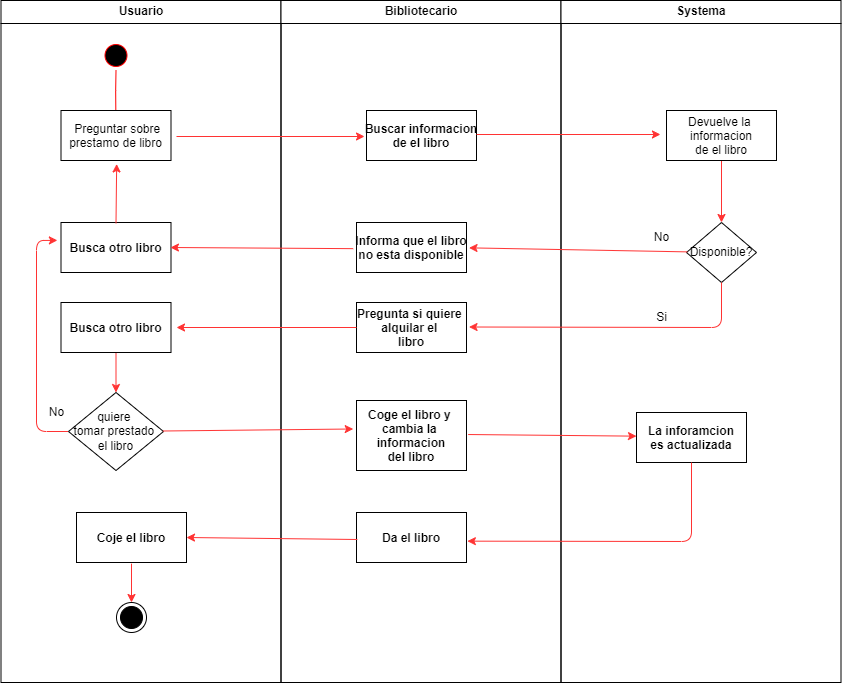
Before: Casos de uso/Reserva_de_vuelos/Actividades.drawio.png, a diagram exported from draw.io (JVC0/ETS). Source tidied: cells renumbered, new cells last; positions are measured from the earlier drawing's top-left corner, leaving out a move shared by most shapes. Its diagram source:
```xml
<mxGraphModel background="#FFFFFF">
  <root>
    <mxCell id="0" />
    <mxCell id="1" parent="0" />
    <mxCell id="2" value="Usuario" style="swimlane;whiteSpace=wrap;" parent="1" vertex="1">
      <mxGeometry x="0.5" width="280" height="682" as="geometry" />
    </mxCell>
    <mxCell id="3" style="ellipse;shape=startState;fillColor=#000000;strokeColor=#ff0000;" parent="2" vertex="1">
      <mxGeometry x="100" y="40" width="30" height="30" as="geometry" />
    </mxCell>
    <mxCell id="4" style="edgeStyle=elbowEdgeStyle;elbow=horizontal;verticalAlign=bottom;endArrow=open;endSize=8;strokeColor=#FF0000;endFill=1;rounded=0;" parent="2" edge="1" source="3" target="5">
      <mxGeometry x="100" y="40" as="geometry" />
    </mxCell>
    <mxCell id="5" value=" Preguntar sobre &#10;prestamo de libro" parent="2" vertex="1">
      <mxGeometry x="60" y="110" width="110" height="50" as="geometry" />
    </mxCell>
    <mxCell id="6" value="Busca otro libro" style="fontStyle=1;" parent="2" vertex="1">
      <mxGeometry x="60" y="222" width="110" height="50" as="geometry" />
    </mxCell>
    <mxCell id="7" style="edgeStyle=none;html=1;entryX=0.5;entryY=0;entryDx=0;entryDy=0;strokeColor=#FF3333;" parent="2" edge="1" source="8" target="11">
      <mxGeometry relative="1" as="geometry" />
    </mxCell>
    <mxCell id="8" value="Busca otro libro" style="fontStyle=1;" parent="2" vertex="1">
      <mxGeometry x="60" y="302" width="110" height="50" as="geometry" />
    </mxCell>
    <mxCell id="9" style="endArrow=classic;html=1;strokeColor=#FF3333;entryX=0.506;entryY=1.069;entryDx=0;entryDy=0;entryPerimeter=0;exitX=0.5;exitY=0.015;exitDx=0;exitDy=0;exitPerimeter=0;" parent="2" edge="1" source="6" target="5">
      <mxGeometry relative="1" as="geometry" />
    </mxCell>
    <mxCell id="10" style="edgeStyle=none;html=1;entryX=-0.033;entryY=0.357;entryDx=0;entryDy=0;entryPerimeter=0;strokeColor=#FF3333;" parent="2" edge="1" source="11" target="6">
      <mxGeometry relative="1" as="geometry">
        <Array as="points">
          <mxPoint x="35.5" y="431" />
          <mxPoint x="35.5" y="240" />
        </Array>
      </mxGeometry>
    </mxCell>
    <mxCell id="11" value="quiere&amp;nbsp;&lt;br&gt;tomar prestado&amp;nbsp;&lt;br&gt;el libro" style="rhombus;whiteSpace=wrap;html=1;" parent="2" vertex="1">
      <mxGeometry x="67.5" y="392" width="95" height="78" as="geometry" />
    </mxCell>
    <mxCell id="12" style="edgeStyle=none;html=1;entryX=0.5;entryY=0;entryDx=0;entryDy=0;strokeColor=#FF3333;exitX=0.5;exitY=1.023;exitDx=0;exitDy=0;exitPerimeter=0;" parent="2" edge="1" source="13" target="14">
      <mxGeometry relative="1" as="geometry" />
    </mxCell>
    <mxCell id="13" value="Coje el libro" style="fontStyle=1;" parent="2" vertex="1">
      <mxGeometry x="75.5" y="512" width="110" height="50" as="geometry" />
    </mxCell>
    <mxCell id="14" style="ellipse;html=1;shape=endState;fillColor=strokeColor;" parent="2" vertex="1">
      <mxGeometry x="115.5" y="602" width="30" height="30" as="geometry" />
    </mxCell>
    <mxCell id="15" value="Bibliotecario" style="swimlane;whiteSpace=wrap;startSize=23;" parent="1" vertex="1">
      <mxGeometry x="280.5" width="280" height="682" as="geometry" />
    </mxCell>
    <mxCell id="16" value="Buscar informacion&#10;de el libro" style="fontStyle=1;" parent="15" vertex="1">
      <mxGeometry x="85.5" y="110" width="110" height="50" as="geometry" />
    </mxCell>
    <mxCell id="17" value="Pregunta si quiere &#10;alquilar el &#10;libro" style="fontStyle=1;" parent="15" vertex="1">
      <mxGeometry x="75.5" y="302" width="110" height="50" as="geometry" />
    </mxCell>
    <mxCell id="18" value="Informa que el libro&#10;no esta disponible" style="fontStyle=1;" parent="15" vertex="1">
      <mxGeometry x="75.5" y="222" width="110" height="50" as="geometry" />
    </mxCell>
    <mxCell id="19" value="Coge el libro y &#10;cambia la &#10;informacion&#10;del libro" style="fontStyle=1;" parent="15" vertex="1">
      <mxGeometry x="75.5" y="400" width="110" height="70" as="geometry" />
    </mxCell>
    <mxCell id="20" value="Da el libro" style="fontStyle=1;" parent="15" vertex="1">
      <mxGeometry x="75.5" y="512" width="110" height="50" as="geometry" />
    </mxCell>
    <mxCell id="21" value="Systema" style="swimlane;whiteSpace=wrap;startSize=23;" parent="1" vertex="1">
      <mxGeometry x="560.5" width="280" height="682" as="geometry" />
    </mxCell>
    <mxCell id="22" style="edgeStyle=none;html=1;entryX=0.5;entryY=0;entryDx=0;entryDy=0;strokeColor=#FF3333;" parent="21" edge="1" source="23" target="24">
      <mxGeometry relative="1" as="geometry" />
    </mxCell>
    <mxCell id="23" value="Devuelve la &#10;informacion&#10;de el libro" parent="21" vertex="1">
      <mxGeometry x="105.5" y="110" width="110" height="50" as="geometry" />
    </mxCell>
    <mxCell id="24" value="Disponible?" style="rhombus;whiteSpace=wrap;html=1;" parent="21" vertex="1">
      <mxGeometry x="125.5" y="222" width="70" height="60" as="geometry" />
    </mxCell>
    <mxCell id="25" value="Si" style="text;html=1;align=center;verticalAlign=middle;strokeColor=none;fillColor=none;" parent="21" vertex="1">
      <mxGeometry x="85.5" y="302" width="30" height="30" as="geometry" />
    </mxCell>
    <mxCell id="26" value="No" style="text;html=1;align=center;verticalAlign=middle;strokeColor=none;fillColor=none;" parent="21" vertex="1">
      <mxGeometry x="80.5" y="222" width="40" height="30" as="geometry" />
    </mxCell>
    <mxCell id="27" value="La inforamcion&#10;es actualizada" style="fontStyle=1;" parent="21" vertex="1">
      <mxGeometry x="75.5" y="412" width="110" height="50" as="geometry" />
    </mxCell>
    <mxCell id="28" style="edgeStyle=none;html=1;entryX=-0.018;entryY=0.52;entryDx=0;entryDy=0;entryPerimeter=0;strokeColor=#FF3333;" parent="1" edge="1" target="16">
      <mxGeometry relative="1" as="geometry">
        <mxPoint x="176" y="136" as="sourcePoint" />
      </mxGeometry>
    </mxCell>
    <mxCell id="29" style="edgeStyle=none;html=1;entryX=-0.055;entryY=0.48;entryDx=0;entryDy=0;entryPerimeter=0;strokeColor=#FF3333;" parent="1" edge="1" target="23">
      <mxGeometry relative="1" as="geometry">
        <mxPoint x="476" y="134" as="sourcePoint" />
      </mxGeometry>
    </mxCell>
    <mxCell id="30" style="edgeStyle=none;html=1;strokeColor=#FF3333;entryX=1.023;entryY=0.507;entryDx=0;entryDy=0;entryPerimeter=0;" parent="1" edge="1" source="24" target="18">
      <mxGeometry relative="1" as="geometry" />
    </mxCell>
    <mxCell id="31" style="edgeStyle=none;html=1;strokeColor=#FF3333;exitX=0.5;exitY=1;exitDx=0;exitDy=0;entryX=1.023;entryY=0.49;entryDx=0;entryDy=0;entryPerimeter=0;" parent="1" edge="1" source="24" target="17">
      <mxGeometry relative="1" as="geometry">
        <Array as="points">
          <mxPoint x="721" y="327" />
        </Array>
      </mxGeometry>
    </mxCell>
    <mxCell id="32" style="edgeStyle=none;html=1;entryX=0.995;entryY=0.5;entryDx=0;entryDy=0;entryPerimeter=0;strokeColor=#FF3333;exitX=-0.03;exitY=0.523;exitDx=0;exitDy=0;exitPerimeter=0;" parent="1" edge="1" source="18" target="6">
      <mxGeometry relative="1" as="geometry" />
    </mxCell>
    <mxCell id="33" style="edgeStyle=none;html=1;entryX=1.05;entryY=0.5;entryDx=0;entryDy=0;entryPerimeter=0;strokeColor=#FF3333;" parent="1" edge="1" target="8">
      <mxGeometry relative="1" as="geometry">
        <mxPoint x="356" y="327" as="sourcePoint" />
      </mxGeometry>
    </mxCell>
    <mxCell id="34" value="No" style="text;html=1;align=center;verticalAlign=middle;strokeColor=none;fillColor=none;" parent="1" vertex="1">
      <mxGeometry x="36" y="397" width="40" height="30" as="geometry" />
    </mxCell>
    <mxCell id="35" style="edgeStyle=none;html=1;entryX=-0.03;entryY=0.407;entryDx=0;entryDy=0;entryPerimeter=0;strokeColor=#FF3333;" parent="1" edge="1" source="11" target="19">
      <mxGeometry relative="1" as="geometry" />
    </mxCell>
    <mxCell id="36" style="edgeStyle=none;html=1;entryX=0;entryY=0.473;entryDx=0;entryDy=0;entryPerimeter=0;strokeColor=#FF3333;exitX=1.015;exitY=0.486;exitDx=0;exitDy=0;exitPerimeter=0;" parent="1" edge="1" source="19" target="27">
      <mxGeometry relative="1" as="geometry" />
    </mxCell>
    <mxCell id="37" style="edgeStyle=none;html=1;entryX=1.008;entryY=0.573;entryDx=0;entryDy=0;entryPerimeter=0;strokeColor=#FF3333;" parent="1" edge="1" target="20">
      <mxGeometry relative="1" as="geometry">
        <mxPoint x="691" y="462" as="sourcePoint" />
        <Array as="points">
          <mxPoint x="691" y="541" />
        </Array>
      </mxGeometry>
    </mxCell>
    <mxCell id="38" style="edgeStyle=none;html=1;entryX=1;entryY=0.5;entryDx=0;entryDy=0;entryPerimeter=0;strokeColor=#FF3333;exitX=0.008;exitY=0.54;exitDx=0;exitDy=0;exitPerimeter=0;" parent="1" edge="1" source="20" target="13">
      <mxGeometry relative="1" as="geometry" />
    </mxCell>
  </root>
</mxGraphModel>
```
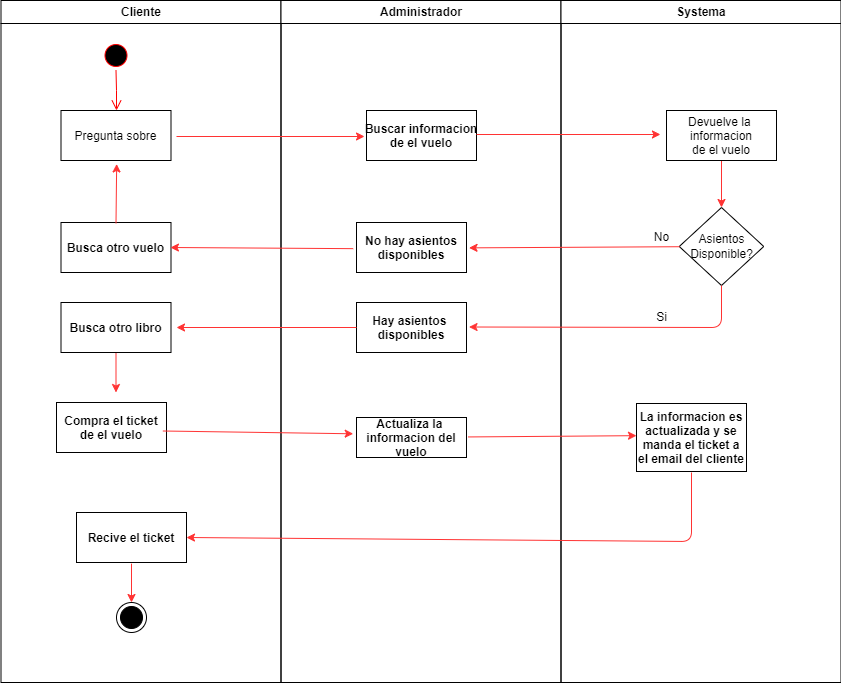
The same file after the commit.

What changed in the source:
```diff
@@ -2,7 +2,7 @@
   <root>
     <mxCell id="0" />
     <mxCell id="1" parent="0" />
-    <mxCell id="2" value="Usuario" style="swimlane;whiteSpace=wrap;" parent="1" vertex="1">
+    <mxCell id="2" value="Cliente" style="swimlane;whiteSpace=wrap;" parent="1" vertex="1">
       <mxGeometry x="0.5" width="280" height="682" as="geometry" />
     </mxCell>
     <mxCell id="3" style="ellipse;shape=startState;fillColor=#000000;strokeColor=#ff0000;" parent="2" vertex="1">
@@ -11,14 +11,16 @@
     <mxCell id="4" style="edgeStyle=elbowEdgeStyle;elbow=horizontal;verticalAlign=bottom;endArrow=open;endSize=8;strokeColor=#FF0000;endFill=1;rounded=0;" parent="2" edge="1" source="3" target="5">
       <mxGeometry x="100" y="40" as="geometry" />
     </mxCell>
-    <mxCell id="5" value=" Preguntar sobre &#10;prestamo de libro" parent="2" vertex="1">
+    <mxCell id="5" value="Pregunta sobre" parent="2" vertex="1">
       <mxGeometry x="60" y="110" width="110" height="50" as="geometry" />
     </mxCell>
-    <mxCell id="6" value="Busca otro libro" style="fontStyle=1;" parent="2" vertex="1">
+    <mxCell id="6" value="Busca otro vuelo" style="fontStyle=1;" parent="2" vertex="1">
       <mxGeometry x="60" y="222" width="110" height="50" as="geometry" />
     </mxCell>
-    <mxCell id="7" style="edgeStyle=none;html=1;entryX=0.5;entryY=0;entryDx=0;entryDy=0;strokeColor=#FF3333;" parent="2" edge="1" source="8" target="11">
-      <mxGeometry relative="1" as="geometry" />
+    <mxCell id="7" style="edgeStyle=none;html=1;entryX=0.5;entryY=0;entryDx=0;entryDy=0;strokeColor=#FF3333;" parent="2" edge="1" source="8">
+      <mxGeometry relative="1" as="geometry">
+        <mxPoint x="115" y="392" as="targetPoint" />
+      </mxGeometry>
     </mxCell>
     <mxCell id="8" value="Busca otro libro" style="fontStyle=1;" parent="2" vertex="1">
       <mxGeometry x="60" y="302" width="110" height="50" as="geometry" />
@@ -26,55 +28,44 @@
     <mxCell id="9" style="endArrow=classic;html=1;strokeColor=#FF3333;entryX=0.506;entryY=1.069;entryDx=0;entryDy=0;entryPerimeter=0;exitX=0.5;exitY=0.015;exitDx=0;exitDy=0;exitPerimeter=0;" parent="2" edge="1" source="6" target="5">
       <mxGeometry relative="1" as="geometry" />
     </mxCell>
-    <mxCell id="10" style="edgeStyle=none;html=1;entryX=-0.033;entryY=0.357;entryDx=0;entryDy=0;entryPerimeter=0;strokeColor=#FF3333;" parent="2" edge="1" source="11" target="6">
-      <mxGeometry relative="1" as="geometry">
-        <Array as="points">
-          <mxPoint x="35.5" y="431" />
-          <mxPoint x="35.5" y="240" />
-        </Array>
-      </mxGeometry>
-    </mxCell>
-    <mxCell id="11" value="quiere&amp;nbsp;&lt;br&gt;tomar prestado&amp;nbsp;&lt;br&gt;el libro" style="rhombus;whiteSpace=wrap;html=1;" parent="2" vertex="1">
-      <mxGeometry x="67.5" y="392" width="95" height="78" as="geometry" />
-    </mxCell>
     <mxCell id="12" style="edgeStyle=none;html=1;entryX=0.5;entryY=0;entryDx=0;entryDy=0;strokeColor=#FF3333;exitX=0.5;exitY=1.023;exitDx=0;exitDy=0;exitPerimeter=0;" parent="2" edge="1" source="13" target="14">
       <mxGeometry relative="1" as="geometry" />
     </mxCell>
-    <mxCell id="13" value="Coje el libro" style="fontStyle=1;" parent="2" vertex="1">
+    <mxCell id="13" value="Recive el ticket" style="fontStyle=1;" parent="2" vertex="1">
       <mxGeometry x="75.5" y="512" width="110" height="50" as="geometry" />
     </mxCell>
     <mxCell id="14" style="ellipse;html=1;shape=endState;fillColor=strokeColor;" parent="2" vertex="1">
       <mxGeometry x="115.5" y="602" width="30" height="30" as="geometry" />
     </mxCell>
+    <mxCell id="39" value="Compra el ticket&#10;de el vuelo" style="fontStyle=1;" parent="2" vertex="1">
+      <mxGeometry x="55.5" y="402" width="110" height="50" as="geometry" />
+    </mxCell>
-    <mxCell id="15" value="Bibliotecario" style="swimlane;whiteSpace=wrap;startSize=23;" parent="1" vertex="1">
+    <mxCell id="15" value="Administrador" style="swimlane;whiteSpace=wrap;startSize=23;" parent="1" vertex="1">
       <mxGeometry x="280.5" width="280" height="682" as="geometry" />
     </mxCell>
-    <mxCell id="16" value="Buscar informacion&#10;de el libro" style="fontStyle=1;" parent="15" vertex="1">
+    <mxCell id="16" value="Buscar informacion&#10;de el vuelo" style="fontStyle=1;" parent="15" vertex="1">
       <mxGeometry x="85.5" y="110" width="110" height="50" as="geometry" />
     </mxCell>
-    <mxCell id="17" value="Pregunta si quiere &#10;alquilar el &#10;libro" style="fontStyle=1;" parent="15" vertex="1">
+    <mxCell id="17" value="Hay asientos &#10;disponibles" style="fontStyle=1;" parent="15" vertex="1">
       <mxGeometry x="75.5" y="302" width="110" height="50" as="geometry" />
     </mxCell>
-    <mxCell id="18" value="Informa que el libro&#10;no esta disponible" style="fontStyle=1;" parent="15" vertex="1">
+    <mxCell id="18" value="No hay asientos &#10;disponibles" style="fontStyle=1;" parent="15" vertex="1">
       <mxGeometry x="75.5" y="222" width="110" height="50" as="geometry" />
     </mxCell>
-    <mxCell id="19" value="Coge el libro y &#10;cambia la &#10;informacion&#10;del libro" style="fontStyle=1;" parent="15" vertex="1">
-      <mxGeometry x="75.5" y="400" width="110" height="70" as="geometry" />
+    <mxCell id="19" value="Actualiza la &#10;informacion del&#10;vuelo" style="fontStyle=1;" parent="15" vertex="1">
+      <mxGeometry x="75.5" y="417" width="110" height="40" as="geometry" />
     </mxCell>
-    <mxCell id="20" value="Da el libro" style="fontStyle=1;" parent="15" vertex="1">
-      <mxGeometry x="75.5" y="512" width="110" height="50" as="geometry" />
-    </mxCell>
     <mxCell id="21" value="Systema" style="swimlane;whiteSpace=wrap;startSize=23;" parent="1" vertex="1">
       <mxGeometry x="560.5" width="280" height="682" as="geometry" />
     </mxCell>
     <mxCell id="22" style="edgeStyle=none;html=1;entryX=0.5;entryY=0;entryDx=0;entryDy=0;strokeColor=#FF3333;" parent="21" edge="1" source="23" target="24">
       <mxGeometry relative="1" as="geometry" />
     </mxCell>
-    <mxCell id="23" value="Devuelve la &#10;informacion&#10;de el libro" parent="21" vertex="1">
+    <mxCell id="23" value="Devuelve la &#10;informacion&#10;de el vuelo" parent="21" vertex="1">
       <mxGeometry x="105.5" y="110" width="110" height="50" as="geometry" />
     </mxCell>
-    <mxCell id="24" value="Disponible?" style="rhombus;whiteSpace=wrap;html=1;" parent="21" vertex="1">
-      <mxGeometry x="125.5" y="222" width="70" height="60" as="geometry" />
+    <mxCell id="24" value="Asientos&lt;br&gt;Disponible?" style="rhombus;whiteSpace=wrap;html=1;" parent="21" vertex="1">
+      <mxGeometry x="118.2" y="207" width="84.5" height="78" as="geometry" />
     </mxCell>
     <mxCell id="25" value="Si" style="text;html=1;align=center;verticalAlign=middle;strokeColor=none;fillColor=none;" parent="21" vertex="1">
       <mxGeometry x="85.5" y="302" width="30" height="30" as="geometry" />
@@ -82,8 +73,8 @@
     <mxCell id="26" value="No" style="text;html=1;align=center;verticalAlign=middle;strokeColor=none;fillColor=none;" parent="21" vertex="1">
       <mxGeometry x="80.5" y="222" width="40" height="30" as="geometry" />
     </mxCell>
-    <mxCell id="27" value="La inforamcion&#10;es actualizada" style="fontStyle=1;" parent="21" vertex="1">
-      <mxGeometry x="75.5" y="412" width="110" height="50" as="geometry" />
+    <mxCell id="27" value="La informacion es&#10;actualizada y se&#10;manda el ticket a&#10;el email del cliente" style="fontStyle=1;" parent="21" vertex="1">
+      <mxGeometry x="75.5" y="403" width="110" height="68" as="geometry" />
     </mxCell>
     <mxCell id="28" style="edgeStyle=none;html=1;entryX=-0.018;entryY=0.52;entryDx=0;entryDy=0;entryPerimeter=0;strokeColor=#FF3333;" parent="1" edge="1" target="16">
       <mxGeometry relative="1" as="geometry">
@@ -113,25 +104,21 @@
         <mxPoint x="356" y="327" as="sourcePoint" />
       </mxGeometry>
     </mxCell>
-    <mxCell id="34" value="No" style="text;html=1;align=center;verticalAlign=middle;strokeColor=none;fillColor=none;" parent="1" vertex="1">
-      <mxGeometry x="36" y="397" width="40" height="30" as="geometry" />
-    </mxCell>
-    <mxCell id="35" style="edgeStyle=none;html=1;entryX=-0.03;entryY=0.407;entryDx=0;entryDy=0;entryPerimeter=0;strokeColor=#FF3333;" parent="1" edge="1" source="11" target="19">
-      <mxGeometry relative="1" as="geometry" />
+    <mxCell id="35" style="edgeStyle=none;html=1;entryX=-0.03;entryY=0.407;entryDx=0;entryDy=0;entryPerimeter=0;strokeColor=#FF3333;" parent="1" edge="1" target="19">
+      <mxGeometry relative="1" as="geometry">
+        <mxPoint x="162.4" y="430.5" as="sourcePoint" />
+      </mxGeometry>
     </mxCell>
     <mxCell id="36" style="edgeStyle=none;html=1;entryX=0;entryY=0.473;entryDx=0;entryDy=0;entryPerimeter=0;strokeColor=#FF3333;exitX=1.015;exitY=0.486;exitDx=0;exitDy=0;exitPerimeter=0;" parent="1" edge="1" source="19" target="27">
       <mxGeometry relative="1" as="geometry" />
     </mxCell>
-    <mxCell id="37" style="edgeStyle=none;html=1;entryX=1.008;entryY=0.573;entryDx=0;entryDy=0;entryPerimeter=0;strokeColor=#FF3333;" parent="1" edge="1" target="20">
+    <mxCell id="37" style="edgeStyle=none;html=1;entryX=1;entryY=0.5;entryDx=0;entryDy=0;strokeColor=#FF3333;" parent="1" edge="1" target="13">
       <mxGeometry relative="1" as="geometry">
-        <mxPoint x="691" y="462" as="sourcePoint" />
+        <mxPoint x="691" y="472" as="sourcePoint" />
         <Array as="points">
           <mxPoint x="691" y="541" />
         </Array>
       </mxGeometry>
     </mxCell>
-    <mxCell id="38" style="edgeStyle=none;html=1;entryX=1;entryY=0.5;entryDx=0;entryDy=0;entryPerimeter=0;strokeColor=#FF3333;exitX=0.008;exitY=0.54;exitDx=0;exitDy=0;exitPerimeter=0;" parent="1" edge="1" source="20" target="13">
-      <mxGeometry relative="1" as="geometry" />
-    </mxCell>
   </root>
 </mxGraphModel>
```
